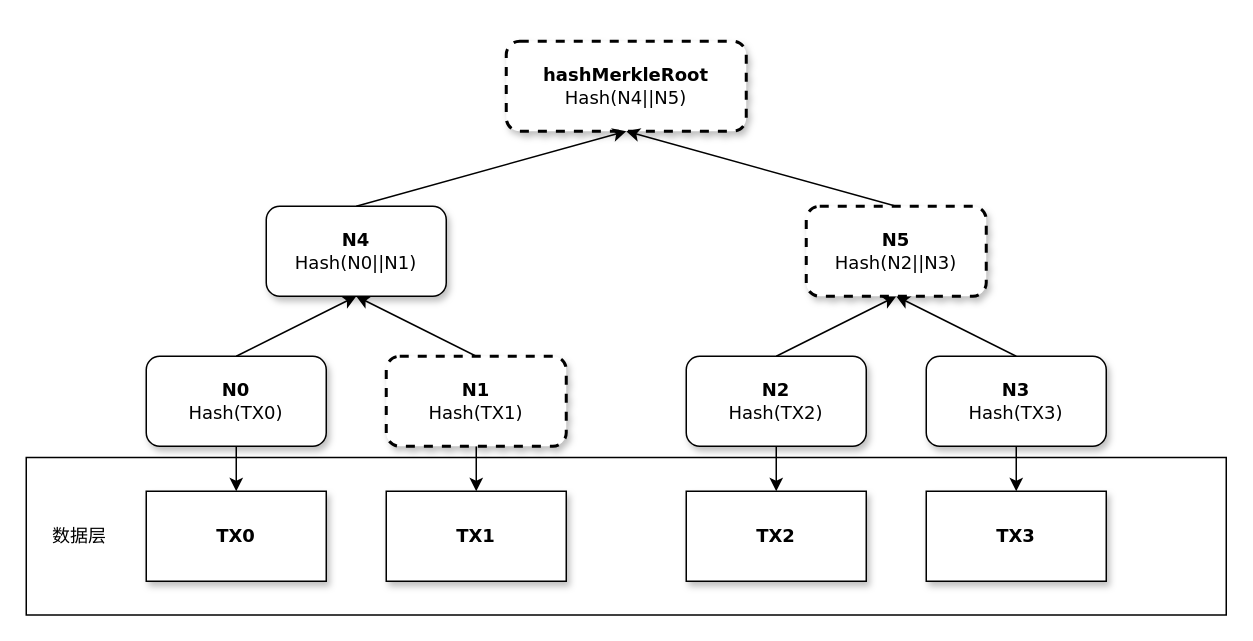
The draw.io diagram merkle.drawio in weihanby/Hello_Fudan, before the edit. Source tidied: cells renumbered, new cells numbered last; positions are measured from the earlier drawing's top-left corner, leaving out a move shared by most shapes. Both pictures are drawn from the tidied source at 150%, with x=0, y=0 at pixel (26, 40).
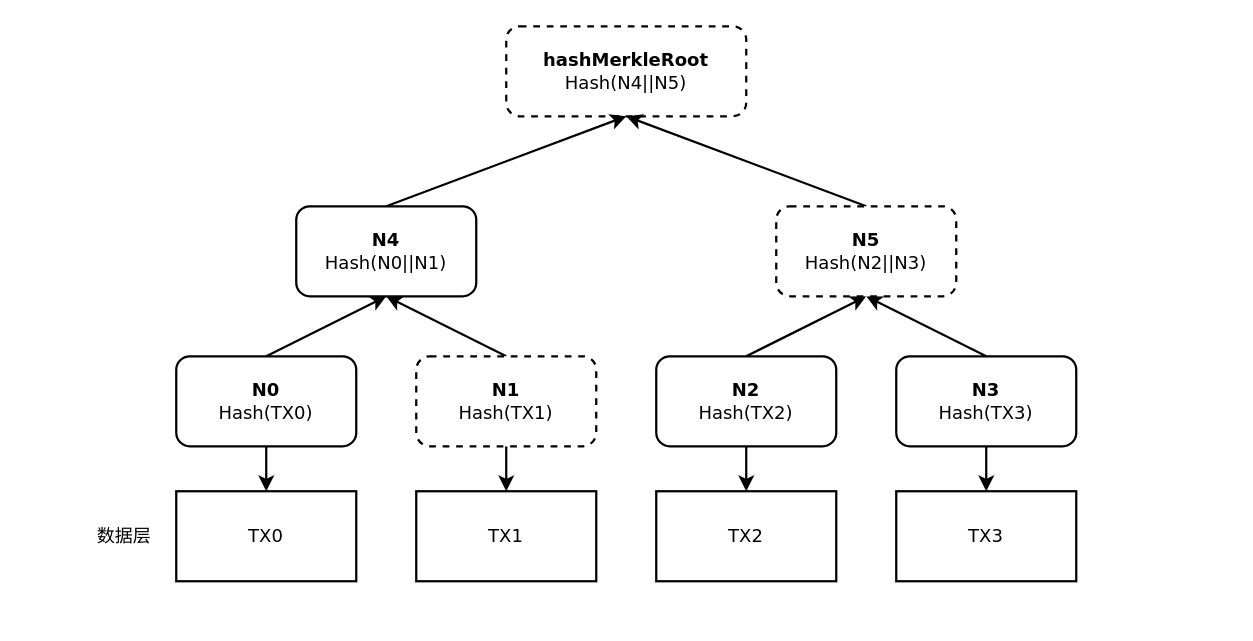
The same page after the edit.

Diff of the diagram source:
```diff
@@
-    <mxCell id="2" value="&lt;b&gt;hashMerkleRoot&lt;/b&gt;&lt;br&gt;Hash(N4||N5)" style="whiteSpace=wrap;html=1;rounded=1;shadow=1;labelBackgroundColor=none;strokeWidth=2;fontFamily=Verdana;fontSize=12;align=center;dashed=1;" parent="1" vertex="1">
-      <mxGeometry x="320" width="160" height="60" as="geometry" />
+    <mxCell id="2" value="&lt;b&gt;hashMerkleRoot&lt;/b&gt;&lt;br&gt;Hash(N4||N5)" style="whiteSpace=wrap;html=1;rounded=1;shadow=0;labelBackgroundColor=none;strokeWidth=1.5;fontFamily=Verdana;fontSize=12;align=center;dashed=1;" parent="1" vertex="1">
+      <mxGeometry x="320" y="-10" width="160" height="60" as="geometry" />
     </mxCell>
-    <mxCell id="3" style="edgeStyle=none;rounded=1;jettySize=auto;html=1;exitX=0.5;exitY=0;exitDx=0;exitDy=0;entryX=0.5;entryY=1;entryDx=0;entryDy=0;" parent="1" edge="1" source="4" target="2">
+    <mxCell id="3" style="edgeStyle=none;rounded=1;jettySize=auto;html=1;exitX=0.5;exitY=0;exitDx=0;exitDy=0;entryX=0.5;entryY=1;entryDx=0;entryDy=0;shadow=0;strokeWidth=1.5;" parent="1" edge="1" source="4" target="2">
       <mxGeometry relative="1" as="geometry" />
     </mxCell>
-    <mxCell id="4" value="&lt;span&gt;&lt;b&gt;N4&lt;/b&gt;&lt;br&gt;Hash(N0||N1)&lt;/span&gt;" style="whiteSpace=wrap;html=1;rounded=1;shadow=1;labelBackgroundColor=none;strokeWidth=1;fontFamily=Verdana;fontSize=12;align=center;" parent="1" vertex="1">
-      <mxGeometry x="160" y="110" width="120" height="60" as="geometry" />
+    <mxCell id="4" value="&lt;span&gt;&lt;b&gt;N4&lt;/b&gt;&lt;br&gt;Hash(N0||N1)&lt;/span&gt;" style="whiteSpace=wrap;html=1;rounded=1;shadow=0;labelBackgroundColor=none;strokeWidth=1.5;fontFamily=Verdana;fontSize=12;align=center;" parent="1" vertex="1">
+      <mxGeometry x="180" y="110" width="120" height="60" as="geometry" />
     </mxCell>
-    <mxCell id="5" style="edgeStyle=none;rounded=1;jettySize=auto;html=1;exitX=0.5;exitY=0;exitDx=0;exitDy=0;entryX=0.5;entryY=1;entryDx=0;entryDy=0;" parent="1" edge="1" source="7" target="4">
+    <mxCell id="5" style="edgeStyle=none;rounded=1;jettySize=auto;html=1;exitX=0.5;exitY=0;exitDx=0;exitDy=0;entryX=0.5;entryY=1;entryDx=0;entryDy=0;shadow=0;strokeWidth=1.5;" parent="1" edge="1" source="7" target="4">
       <mxGeometry relative="1" as="geometry" />
     </mxCell>
-    <mxCell id="6" style="edgeStyle=none;rounded=1;jettySize=auto;html=1;" parent="1" edge="1" source="7" target="17">
+    <mxCell id="6" style="edgeStyle=none;rounded=1;jettySize=auto;html=1;shadow=0;strokeWidth=1.5;" parent="1" edge="1" source="7" target="17">
       <mxGeometry relative="1" as="geometry" />
     </mxCell>
-    <mxCell id="7" value="&lt;b&gt;N0&lt;/b&gt;&lt;br&gt;Hash(TX0)" style="whiteSpace=wrap;html=1;rounded=1;shadow=1;labelBackgroundColor=none;strokeWidth=1;fontFamily=Verdana;fontSize=12;align=center;" parent="1" vertex="1">
-      <mxGeometry x="80" y="210" width="120" height="60" as="geometry" />
+    <mxCell id="7" value="&lt;b&gt;N0&lt;/b&gt;&lt;br&gt;Hash(TX0)" style="whiteSpace=wrap;html=1;rounded=1;shadow=0;labelBackgroundColor=none;strokeWidth=1.5;fontFamily=Verdana;fontSize=12;align=center;" parent="1" vertex="1">
+      <mxGeometry x="100" y="210" width="120" height="60" as="geometry" />
     </mxCell>
-    <mxCell id="8" style="edgeStyle=none;rounded=1;jettySize=auto;html=1;exitX=0.5;exitY=0;exitDx=0;exitDy=0;entryX=0.5;entryY=1;entryDx=0;entryDy=0;" parent="1" edge="1" source="10" target="4">
+    <mxCell id="8" style="edgeStyle=none;rounded=1;jettySize=auto;html=1;exitX=0.5;exitY=0;exitDx=0;exitDy=0;entryX=0.5;entryY=1;entryDx=0;entryDy=0;shadow=0;strokeWidth=1.5;" parent="1" edge="1" source="10" target="4">
       <mxGeometry relative="1" as="geometry" />
     </mxCell>
-    <mxCell id="9" style="edgeStyle=none;rounded=1;jettySize=auto;html=1;" parent="1" edge="1" source="10" target="18">
+    <mxCell id="9" style="edgeStyle=none;rounded=1;jettySize=auto;html=1;shadow=0;strokeWidth=1.5;" parent="1" edge="1" source="10" target="18">
       <mxGeometry relative="1" as="geometry" />
     </mxCell>
-    <mxCell id="10" value="&lt;span&gt;&lt;b&gt;N1&lt;/b&gt;&lt;br&gt;Hash(TX1)&lt;/span&gt;" style="whiteSpace=wrap;html=1;rounded=1;shadow=1;labelBackgroundColor=none;strokeWidth=2;fontFamily=Verdana;fontSize=12;align=center;dashed=1;" parent="1" vertex="1">
-      <mxGeometry x="240" y="210" width="120" height="60" as="geometry" />
+    <mxCell id="10" value="&lt;span&gt;&lt;b&gt;N1&lt;/b&gt;&lt;br&gt;Hash(TX1)&lt;/span&gt;" style="whiteSpace=wrap;html=1;rounded=1;shadow=0;labelBackgroundColor=none;strokeWidth=1.5;fontFamily=Verdana;fontSize=12;align=center;dashed=1;" parent="1" vertex="1">
+      <mxGeometry x="260" y="210" width="120" height="60" as="geometry" />
     </mxCell>
-    <mxCell id="11" style="edgeStyle=none;rounded=1;jettySize=auto;html=1;exitX=0.5;exitY=0;exitDx=0;exitDy=0;entryX=0.5;entryY=1;entryDx=0;entryDy=0;" parent="1" edge="1" source="13" target="23">
+    <mxCell id="11" style="edgeStyle=none;rounded=1;jettySize=auto;html=1;exitX=0.5;exitY=0;exitDx=0;exitDy=0;entryX=0.5;entryY=1;entryDx=0;entryDy=0;shadow=0;strokeWidth=1.5;" parent="1" edge="1" source="13" target="23">
       <mxGeometry relative="1" as="geometry" />
     </mxCell>
-    <mxCell id="12" style="edgeStyle=none;rounded=1;jettySize=auto;html=1;" parent="1" edge="1" source="13" target="19">
+    <mxCell id="12" style="edgeStyle=none;rounded=1;jettySize=auto;html=1;shadow=0;strokeWidth=1.5;" parent="1" edge="1" source="13" target="19">
       <mxGeometry relative="1" as="geometry" />
     </mxCell>
-    <mxCell id="13" value="&lt;span&gt;&lt;b&gt;N2&lt;/b&gt;&lt;br&gt;Hash(TX2)&lt;/span&gt;" style="whiteSpace=wrap;html=1;rounded=1;shadow=1;labelBackgroundColor=none;strokeWidth=1;fontFamily=Verdana;fontSize=12;align=center;" parent="1" vertex="1">
-      <mxGeometry x="440" y="210" width="120" height="60" as="geometry" />
+    <mxCell id="13" value="&lt;span&gt;&lt;b&gt;N2&lt;/b&gt;&lt;br&gt;Hash(TX2)&lt;/span&gt;" style="whiteSpace=wrap;html=1;rounded=1;shadow=0;labelBackgroundColor=none;strokeWidth=1.5;fontFamily=Verdana;fontSize=12;align=center;" parent="1" vertex="1">
+      <mxGeometry x="420" y="210" width="120" height="60" as="geometry" />
     </mxCell>
-    <mxCell id="14" style="edgeStyle=none;rounded=1;jettySize=auto;html=1;exitX=0.5;exitY=0;exitDx=0;exitDy=0;entryX=0.5;entryY=1;entryDx=0;entryDy=0;" parent="1" edge="1" source="16" target="23">
+    <mxCell id="14" style="edgeStyle=none;rounded=1;jettySize=auto;html=1;exitX=0.5;exitY=0;exitDx=0;exitDy=0;entryX=0.5;entryY=1;entryDx=0;entryDy=0;shadow=0;strokeWidth=1.5;" parent="1" edge="1" source="16" target="23">
       <mxGeometry relative="1" as="geometry" />
     </mxCell>
-    <mxCell id="15" style="edgeStyle=none;rounded=1;jettySize=auto;html=1;" parent="1" edge="1" source="16" target="21">
+    <mxCell id="15" style="edgeStyle=none;rounded=1;jettySize=auto;html=1;shadow=0;strokeWidth=1.5;" parent="1" edge="1" source="16" target="21">
       <mxGeometry relative="1" as="geometry" />
     </mxCell>
-    <mxCell id="16" value="&lt;span&gt;&lt;b&gt;N3&lt;/b&gt;&lt;br&gt;Hash(TX3)&lt;/span&gt;" style="whiteSpace=wrap;html=1;rounded=1;shadow=1;labelBackgroundColor=none;strokeWidth=1;fontFamily=Verdana;fontSize=12;align=center;" parent="1" vertex="1">
-      <mxGeometry x="600" y="210" width="120" height="60" as="geometry" />
+    <mxCell id="16" value="&lt;span&gt;&lt;b&gt;N3&lt;/b&gt;&lt;br&gt;Hash(TX3)&lt;/span&gt;" style="whiteSpace=wrap;html=1;rounded=1;shadow=0;labelBackgroundColor=none;strokeWidth=1.5;fontFamily=Verdana;fontSize=12;align=center;" parent="1" vertex="1">
+      <mxGeometry x="580" y="210" width="120" height="60" as="geometry" />
     </mxCell>
-    <mxCell id="17" value="&lt;b&gt;TX0&lt;/b&gt;" style="whiteSpace=wrap;html=1;fontFamily=Verdana;rounded=0;shadow=1;labelBackgroundColor=none;strokeWidth=1;" parent="1" vertex="1">
-      <mxGeometry x="80" y="300" width="120" height="60" as="geometry" />
+    <mxCell id="17" value="TX0" style="whiteSpace=wrap;html=1;fontFamily=Verdana;rounded=0;shadow=0;labelBackgroundColor=none;strokeWidth=1.5;" parent="1" vertex="1">
+      <mxGeometry x="100" y="300" width="120" height="60" as="geometry" />
     </mxCell>
-    <mxCell id="18" value="&lt;b&gt;TX1&lt;/b&gt;" style="rounded=0;whiteSpace=wrap;html=1;fontFamily=Verdana;shadow=1;labelBackgroundColor=none;strokeWidth=1;" parent="1" vertex="1">
-      <mxGeometry x="240" y="300" width="120" height="60" as="geometry" />
+    <mxCell id="18" value="TX1" style="rounded=0;whiteSpace=wrap;html=1;fontFamily=Verdana;shadow=0;labelBackgroundColor=none;strokeWidth=1.5;" parent="1" vertex="1">
+      <mxGeometry x="260" y="300" width="120" height="60" as="geometry" />
     </mxCell>
-    <mxCell id="19" value="&lt;b&gt;TX2&lt;/b&gt;" style="rounded=0;whiteSpace=wrap;html=1;fontFamily=Verdana;shadow=1;labelBackgroundColor=none;strokeWidth=1;" parent="1" vertex="1">
-      <mxGeometry x="440" y="300" width="120" height="60" as="geometry" />
+    <mxCell id="19" value="TX2" style="rounded=0;whiteSpace=wrap;html=1;fontFamily=Verdana;shadow=0;labelBackgroundColor=none;strokeWidth=1.5;" parent="1" vertex="1">
+      <mxGeometry x="420" y="300" width="120" height="60" as="geometry" />
     </mxCell>
-    <mxCell id="20" value="&amp;nbsp; &amp;nbsp; &amp;nbsp;数据层" style="whiteSpace=wrap;html=1;rounded=0;strokeWidth=1;fillColor=none;align=left;spacing=1;labelBackgroundColor=none;" parent="1" vertex="1">
-      <mxGeometry y="277.5" width="800" height="105" as="geometry" />
-    </mxCell>
-    <mxCell id="21" value="&lt;b&gt;TX3&lt;/b&gt;" style="whiteSpace=wrap;html=1;fontFamily=Verdana;rounded=0;shadow=1;labelBackgroundColor=none;strokeWidth=1;" parent="1" vertex="1">
-      <mxGeometry x="600" y="300" width="120" height="60" as="geometry" />
+    <mxCell id="21" value="TX3" style="whiteSpace=wrap;html=1;fontFamily=Verdana;rounded=0;shadow=0;labelBackgroundColor=none;strokeWidth=1.5;" parent="1" vertex="1">
+      <mxGeometry x="580" y="300" width="120" height="60" as="geometry" />
     </mxCell>
-    <mxCell id="22" style="edgeStyle=none;rounded=1;jettySize=auto;html=1;exitX=0.5;exitY=0;exitDx=0;exitDy=0;entryX=0.5;entryY=1;entryDx=0;entryDy=0;" parent="1" edge="1" source="23" target="2">
+    <mxCell id="22" style="edgeStyle=none;rounded=1;jettySize=auto;html=1;exitX=0.5;exitY=0;exitDx=0;exitDy=0;entryX=0.5;entryY=1;entryDx=0;entryDy=0;shadow=0;strokeWidth=1.5;" parent="1" edge="1" source="23" target="2">
       <mxGeometry relative="1" as="geometry" />
     </mxCell>
-    <mxCell id="23" value="&lt;span&gt;&lt;b&gt;N5&lt;/b&gt;&lt;br&gt;Hash(N2||N3)&lt;/span&gt;" style="whiteSpace=wrap;html=1;rounded=1;shadow=1;labelBackgroundColor=none;strokeWidth=2;fontFamily=Verdana;fontSize=12;align=center;dashed=1;" parent="1" vertex="1">
-      <mxGeometry x="520" y="110" width="120" height="60" as="geometry" />
+    <mxCell id="23" value="&lt;span&gt;&lt;b&gt;N5&lt;/b&gt;&lt;br&gt;Hash(N2||N3)&lt;/span&gt;" style="whiteSpace=wrap;html=1;rounded=1;shadow=0;labelBackgroundColor=none;strokeWidth=1.5;fontFamily=Verdana;fontSize=12;align=center;dashed=1;" parent="1" vertex="1">
+      <mxGeometry x="500" y="110" width="120" height="60" as="geometry" />
     </mxCell>
+    <mxCell id="20" value="数据层" style="text;html=1;align=center;verticalAlign=middle;strokeColor=none;fillColor=none;strokeWidth=1.5;" parent="1" vertex="1">
+      <mxGeometry x="30" y="315" width="70" height="30" as="geometry" />
+    </mxCell>
```
